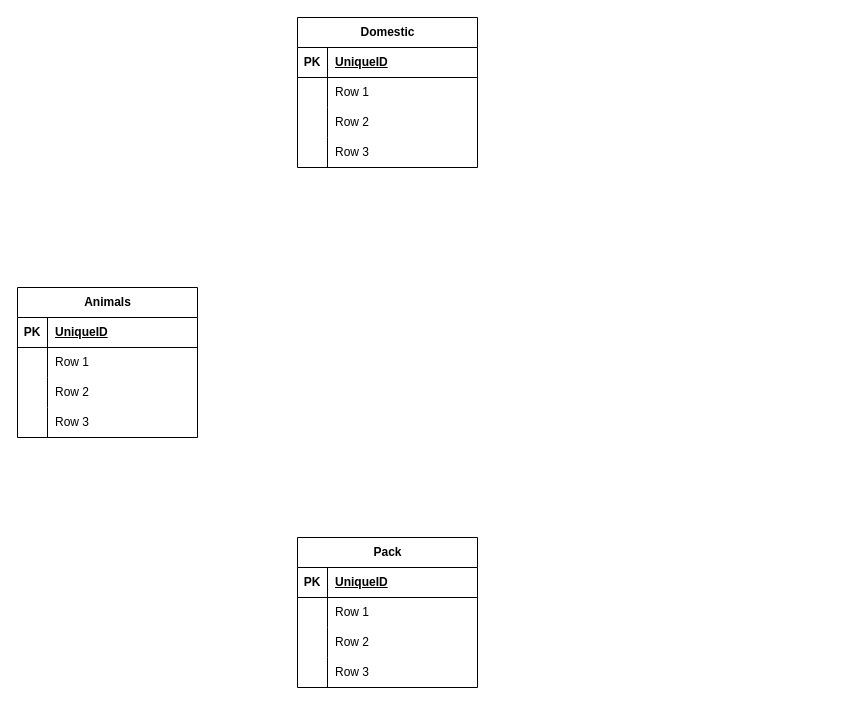
Earlier version of the draw.io diagram DataBase_scheme.drawio (AllIWantAreNotAvailable/GeekBrains_FinalAttestationOfTheSpecializationBlock). Source tidied: cells renumbered, new cells numbered last; positions are measured from the earlier drawing's top-left corner, leaving out a move shared by most shapes. Both pictures are drawn from the tidied source at 100%, with x=0, y=0 at pixel (17, 17).
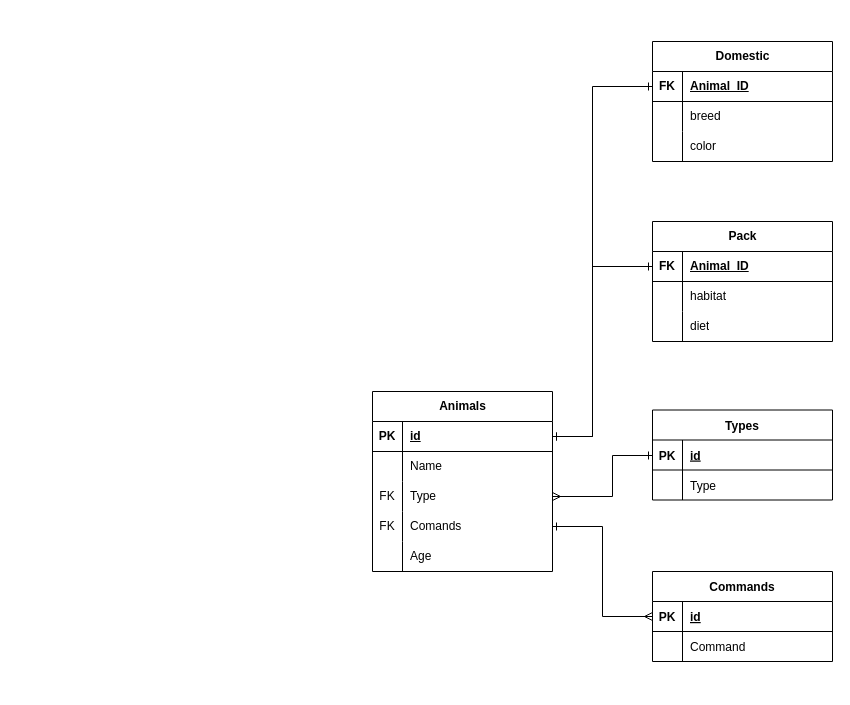
After the change.

Commit message (it also covers changes not shown here):
gitignore + scheme

The change refers to these unchanged cells:
```xml
<mxCell id="3" style="shape=tableRow;horizontal=0;startSize=0;swimlaneHead=0;swimlaneBody=0;fillColor=none;points=[[0,0.5],[1,0.5]];portConstraint=eastwest;top=0;left=0;right=0;bottom=1;" parent="2" vertex="1">
  <mxGeometry y="30" width="180" height="30" as="geometry" />
</mxCell>
<mxCell id="6" style="shape=tableRow;horizontal=0;startSize=0;swimlaneHead=0;swimlaneBody=0;fillColor=none;top=0;left=0;right=0;bottom=0;" parent="2" vertex="1">
  <mxGeometry y="60" width="180" height="30" as="geometry" />
</mxCell>
<mxCell id="9" style="shape=tableRow;horizontal=0;startSize=0;swimlaneHead=0;swimlaneBody=0;fillColor=none;top=0;left=0;right=0;bottom=0;" parent="2" vertex="1">
  <mxGeometry y="90" width="180" height="30" as="geometry" />
</mxCell>
<mxCell id="16" style="shape=tableRow;horizontal=0;startSize=0;swimlaneHead=0;swimlaneBody=0;fillColor=none;points=[[0,0.5],[1,0.5]];portConstraint=eastwest;top=0;left=0;right=0;bottom=1;" parent="15" vertex="1">
  <mxGeometry y="30" width="180" height="30" as="geometry" />
</mxCell>
<mxCell id="19" style="shape=tableRow;horizontal=0;startSize=0;swimlaneHead=0;swimlaneBody=0;fillColor=none;top=0;left=0;right=0;bottom=0;" parent="15" vertex="1">
  <mxGeometry y="60" width="180" height="30" as="geometry" />
</mxCell>
<mxCell id="22" style="shape=tableRow;horizontal=0;startSize=0;swimlaneHead=0;swimlaneBody=0;fillColor=none;top=0;left=0;right=0;bottom=0;" parent="15" vertex="1">
  <mxGeometry y="90" width="180" height="30" as="geometry" />
</mxCell>
<mxCell id="29" style="shape=tableRow;horizontal=0;startSize=0;swimlaneHead=0;swimlaneBody=0;fillColor=none;points=[[0,0.5],[1,0.5]];portConstraint=eastwest;top=0;left=0;right=0;bottom=1;" parent="28" vertex="1">
  <mxGeometry y="30" width="180" height="30" as="geometry" />
</mxCell>
<mxCell id="32" style="shape=tableRow;horizontal=0;startSize=0;swimlaneHead=0;swimlaneBody=0;fillColor=none;top=0;left=0;right=0;bottom=0;" parent="28" vertex="1">
  <mxGeometry y="60" width="180" height="30" as="geometry" />
</mxCell>
<mxCell id="35" style="shape=tableRow;horizontal=0;startSize=0;swimlaneHead=0;swimlaneBody=0;fillColor=none;points=[[0,0.5],[1,0.5]];portConstraint=eastwest;top=0;left=0;right=0;bottom=0;" parent="28" vertex="1">
  <mxGeometry y="90" width="180" height="30" as="geometry" />
</mxCell>
```

Change to the diagram source:
```diff
@@
     <mxCell id="2" value="Domestic" style="shape=table;startSize=30;childLayout=tableLayout;rowLines=0;fontStyle=1;align=center;html=1;" parent="1" vertex="1">
-      <mxGeometry x="280" width="180" height="150" as="geometry" />
+      <mxGeometry x="635" y="24" width="180" height="120" as="geometry" />
     </mxCell>
@@
-    <mxCell id="4" value="PK" style="shape=partialRectangle;fillColor=none;top=0;left=0;bottom=0;right=0;fontStyle=1;overflow=hidden;whiteSpace=wrap;html=1;" parent="3" vertex="1">
+    <mxCell id="4" value="FK" style="shape=partialRectangle;fillColor=none;top=0;left=0;bottom=0;right=0;fontStyle=1;overflow=hidden;whiteSpace=wrap;html=1;" parent="3" vertex="1">
       <mxGeometry width="30" height="30" as="geometry" />
     </mxCell>
-    <mxCell id="5" value="UniqueID" style="shape=partialRectangle;fillColor=none;top=0;left=0;bottom=0;right=0;align=left;spacingLeft=6;fontStyle=5;overflow=hidden;whiteSpace=wrap;html=1;" parent="3" vertex="1">
+    <mxCell id="5" value="Animal_ID" style="shape=partialRectangle;fillColor=none;top=0;left=0;bottom=0;right=0;align=left;spacingLeft=6;fontStyle=5;overflow=hidden;whiteSpace=wrap;html=1;" parent="3" vertex="1">
       <mxGeometry x="30" width="150" height="30" as="geometry" />
     </mxCell>
@@
-    <mxCell id="8" value="Row 1" style="shape=partialRectangle;fillColor=none;top=0;left=0;bottom=0;right=0;align=left;spacingLeft=6;overflow=hidden;whiteSpace=wrap;html=1;" parent="6" vertex="1">
+    <mxCell id="8" value="breed" style="shape=partialRectangle;fillColor=none;top=0;left=0;bottom=0;right=0;align=left;spacingLeft=6;overflow=hidden;whiteSpace=wrap;html=1;" parent="6" vertex="1">
       <mxGeometry x="30" width="150" height="30" as="geometry" />
     </mxCell>
@@
-    <mxCell id="11" value="Row 2" style="shape=partialRectangle;fillColor=none;top=0;left=0;bottom=0;right=0;align=left;spacingLeft=6;overflow=hidden;whiteSpace=wrap;html=1;" parent="9" vertex="1">
+    <mxCell id="11" value="color" style="shape=partialRectangle;fillColor=none;top=0;left=0;bottom=0;right=0;align=left;spacingLeft=6;overflow=hidden;whiteSpace=wrap;html=1;" parent="9" vertex="1">
       <mxGeometry x="30" width="150" height="30" as="geometry" />
     </mxCell>
-    <mxCell id="12" style="shape=tableRow;horizontal=0;startSize=0;swimlaneHead=0;swimlaneBody=0;fillColor=none;top=0;left=0;right=0;bottom=0;" parent="2" vertex="1">
-      <mxGeometry y="120" width="180" height="30" as="geometry" />
-    </mxCell>
-    <mxCell id="13" style="shape=partialRectangle;fillColor=none;top=0;left=0;bottom=0;right=0;overflow=hidden;whiteSpace=wrap;html=1;" parent="12" vertex="1">
-      <mxGeometry width="30" height="30" as="geometry" />
-    </mxCell>
-    <mxCell id="14" value="Row 3" style="shape=partialRectangle;fillColor=none;top=0;left=0;bottom=0;right=0;align=left;spacingLeft=6;overflow=hidden;whiteSpace=wrap;html=1;" parent="12" vertex="1">
-      <mxGeometry x="30" width="150" height="30" as="geometry" />
-    </mxCell>
     <mxCell id="15" value="Pack" style="shape=table;startSize=30;childLayout=tableLayout;rowLines=0;fontStyle=1;align=center;html=1;" parent="1" vertex="1">
-      <mxGeometry x="280" y="520" width="180" height="150" as="geometry" />
+      <mxGeometry x="635" y="204" width="180" height="120" as="geometry" />
     </mxCell>
@@
-    <mxCell id="17" value="PK" style="shape=partialRectangle;fillColor=none;top=0;left=0;bottom=0;right=0;fontStyle=1;overflow=hidden;whiteSpace=wrap;html=1;" parent="16" vertex="1">
+    <mxCell id="17" value="FK" style="shape=partialRectangle;fillColor=none;top=0;left=0;bottom=0;right=0;fontStyle=1;overflow=hidden;whiteSpace=wrap;html=1;" parent="16" vertex="1">
       <mxGeometry width="30" height="30" as="geometry" />
     </mxCell>
-    <mxCell id="18" value="UniqueID" style="shape=partialRectangle;fillColor=none;top=0;left=0;bottom=0;right=0;align=left;spacingLeft=6;fontStyle=5;overflow=hidden;whiteSpace=wrap;html=1;" parent="16" vertex="1">
+    <mxCell id="18" value="Animal_ID" style="shape=partialRectangle;fillColor=none;top=0;left=0;bottom=0;right=0;align=left;spacingLeft=6;fontStyle=5;overflow=hidden;whiteSpace=wrap;html=1;" parent="16" vertex="1">
       <mxGeometry x="30" width="150" height="30" as="geometry" />
     </mxCell>
@@
-    <mxCell id="21" value="Row 1" style="shape=partialRectangle;fillColor=none;top=0;left=0;bottom=0;right=0;align=left;spacingLeft=6;overflow=hidden;whiteSpace=wrap;html=1;" parent="19" vertex="1">
+    <mxCell id="21" value="habitat" style="shape=partialRectangle;fillColor=none;top=0;left=0;bottom=0;right=0;align=left;spacingLeft=6;overflow=hidden;whiteSpace=wrap;html=1;" parent="19" vertex="1">
       <mxGeometry x="30" width="150" height="30" as="geometry" />
     </mxCell>
@@
-    <mxCell id="24" value="Row 2" style="shape=partialRectangle;fillColor=none;top=0;left=0;bottom=0;right=0;align=left;spacingLeft=6;overflow=hidden;whiteSpace=wrap;html=1;" parent="22" vertex="1">
+    <mxCell id="24" value="diet" style="shape=partialRectangle;fillColor=none;top=0;left=0;bottom=0;right=0;align=left;spacingLeft=6;overflow=hidden;whiteSpace=wrap;html=1;" parent="22" vertex="1">
       <mxGeometry x="30" width="150" height="30" as="geometry" />
     </mxCell>
-    <mxCell id="25" style="shape=tableRow;horizontal=0;startSize=0;swimlaneHead=0;swimlaneBody=0;fillColor=none;top=0;left=0;right=0;bottom=0;" parent="15" vertex="1">
-      <mxGeometry y="120" width="180" height="30" as="geometry" />
-    </mxCell>
-    <mxCell id="26" style="shape=partialRectangle;fillColor=none;top=0;left=0;bottom=0;right=0;overflow=hidden;whiteSpace=wrap;html=1;" parent="25" vertex="1">
-      <mxGeometry width="30" height="30" as="geometry" />
-    </mxCell>
-    <mxCell id="27" value="Row 3" style="shape=partialRectangle;fillColor=none;top=0;left=0;bottom=0;right=0;align=left;spacingLeft=6;overflow=hidden;whiteSpace=wrap;html=1;" parent="25" vertex="1">
-      <mxGeometry x="30" width="150" height="30" as="geometry" />
-    </mxCell>
     <mxCell id="28" value="Animals" style="shape=table;startSize=30;childLayout=tableLayout;rowLines=0;fontStyle=1;align=center;html=1;" parent="1" vertex="1">
-      <mxGeometry y="270" width="180" height="150" as="geometry" />
+      <mxGeometry x="355" y="374" width="180" height="180" as="geometry" />
     </mxCell>
@@
-    <mxCell id="31" value="UniqueID" style="shape=partialRectangle;fillColor=none;top=0;left=0;bottom=0;right=0;align=left;spacingLeft=6;fontStyle=5;overflow=hidden;whiteSpace=wrap;html=1;" parent="29" vertex="1">
+    <mxCell id="31" value="id" style="shape=partialRectangle;fillColor=none;top=0;left=0;bottom=0;right=0;align=left;spacingLeft=6;fontStyle=5;overflow=hidden;whiteSpace=wrap;html=1;" parent="29" vertex="1">
       <mxGeometry x="30" width="150" height="30" as="geometry" />
     </mxCell>
@@
-    <mxCell id="34" value="Row 1" style="shape=partialRectangle;fillColor=none;top=0;left=0;bottom=0;right=0;align=left;spacingLeft=6;overflow=hidden;whiteSpace=wrap;html=1;" parent="32" vertex="1">
+    <mxCell id="34" value="Name" style="shape=partialRectangle;fillColor=none;top=0;left=0;bottom=0;right=0;align=left;spacingLeft=6;overflow=hidden;whiteSpace=wrap;html=1;" parent="32" vertex="1">
       <mxGeometry x="30" width="150" height="30" as="geometry" />
     </mxCell>
@@
-    <mxCell id="36" style="shape=partialRectangle;fillColor=none;top=0;left=0;bottom=0;right=0;overflow=hidden;whiteSpace=wrap;html=1;" parent="35" vertex="1">
+    <mxCell id="36" value="FK" style="shape=partialRectangle;fillColor=none;top=0;left=0;bottom=0;right=0;overflow=hidden;whiteSpace=wrap;html=1;" parent="35" vertex="1">
       <mxGeometry width="30" height="30" as="geometry" />
     </mxCell>
-    <mxCell id="37" value="Row 2" style="shape=partialRectangle;fillColor=none;top=0;left=0;bottom=0;right=0;align=left;spacingLeft=6;overflow=hidden;whiteSpace=wrap;html=1;" parent="35" vertex="1">
+    <mxCell id="37" value="Type" style="shape=partialRectangle;fillColor=none;top=0;left=0;bottom=0;right=0;align=left;spacingLeft=6;overflow=hidden;whiteSpace=wrap;html=1;" parent="35" vertex="1">
       <mxGeometry x="30" width="150" height="30" as="geometry" />
     </mxCell>
-    <mxCell id="38" style="shape=tableRow;horizontal=0;startSize=0;swimlaneHead=0;swimlaneBody=0;fillColor=none;top=0;left=0;right=0;bottom=0;" parent="28" vertex="1">
-      <mxGeometry y="120" width="180" height="30" as="geometry" />
-    </mxCell>
-    <mxCell id="39" style="shape=partialRectangle;fillColor=none;top=0;left=0;bottom=0;right=0;overflow=hidden;whiteSpace=wrap;html=1;" parent="38" vertex="1">
-      <mxGeometry width="30" height="30" as="geometry" />
-    </mxCell>
-    <mxCell id="40" value="Row 3" style="shape=partialRectangle;fillColor=none;top=0;left=0;bottom=0;right=0;align=left;spacingLeft=6;overflow=hidden;whiteSpace=wrap;html=1;" parent="38" vertex="1">
-      <mxGeometry x="30" width="150" height="30" as="geometry" />
-    </mxCell>
+    <mxCell id="41" style="shape=tableRow;horizontal=0;startSize=0;swimlaneHead=0;swimlaneBody=0;fillColor=none;points=[[0,0.5],[1,0.5]];portConstraint=eastwest;top=0;left=0;right=0;bottom=0;" parent="28" vertex="1">
+      <mxGeometry y="120" width="180" height="30" as="geometry" />
+    </mxCell>
+    <mxCell id="42" value="FK" style="shape=partialRectangle;fillColor=none;top=0;left=0;bottom=0;right=0;overflow=hidden;whiteSpace=wrap;html=1;" parent="41" vertex="1">
+      <mxGeometry width="30" height="30" as="geometry" />
+    </mxCell>
+    <mxCell id="43" value="Comands" style="shape=partialRectangle;fillColor=none;top=0;left=0;bottom=0;right=0;align=left;spacingLeft=6;overflow=hidden;whiteSpace=wrap;html=1;" parent="41" vertex="1">
+      <mxGeometry x="30" width="150" height="30" as="geometry" />
+    </mxCell>
+    <mxCell id="44" style="shape=tableRow;horizontal=0;startSize=0;swimlaneHead=0;swimlaneBody=0;fillColor=none;top=0;left=0;right=0;bottom=0;" parent="28" vertex="1">
+      <mxGeometry y="150" width="180" height="30" as="geometry" />
+    </mxCell>
+    <mxCell id="45" style="shape=partialRectangle;fillColor=none;top=0;left=0;bottom=0;right=0;overflow=hidden;whiteSpace=wrap;html=1;" parent="44" vertex="1">
+      <mxGeometry width="30" height="30" as="geometry" />
+    </mxCell>
+    <mxCell id="46" value="Age" style="shape=partialRectangle;fillColor=none;top=0;left=0;bottom=0;right=0;align=left;spacingLeft=6;overflow=hidden;whiteSpace=wrap;html=1;" parent="44" vertex="1">
+      <mxGeometry x="30" width="150" height="30" as="geometry" />
+    </mxCell>
+    <mxCell id="47" value="Types" style="shape=table;startSize=30;childLayout=tableLayout;rowLines=0;fontStyle=1;align=center;" parent="1" vertex="1">
+      <mxGeometry x="635" y="392.5" width="180" height="90" as="geometry" />
+    </mxCell>
+    <mxCell id="48" style="shape=tableRow;horizontal=0;startSize=0;swimlaneHead=0;swimlaneBody=0;fillColor=none;points=[[0,0.5],[1,0.5]];portConstraint=eastwest;top=0;left=0;right=0;bottom=1;" parent="47" vertex="1">
+      <mxGeometry y="30" width="180" height="30" as="geometry" />
+    </mxCell>
+    <mxCell id="49" value="PK" style="shape=partialRectangle;fillColor=none;top=0;left=0;bottom=0;right=0;fontStyle=1;overflow=hidden;" parent="48" vertex="1">
+      <mxGeometry width="30" height="30" as="geometry" />
+    </mxCell>
+    <mxCell id="50" value="id" style="shape=partialRectangle;fillColor=none;top=0;left=0;bottom=0;right=0;align=left;spacingLeft=6;fontStyle=5;overflow=hidden;" parent="48" vertex="1">
+      <mxGeometry x="30" width="150" height="30" as="geometry" />
+    </mxCell>
+    <mxCell id="51" style="shape=tableRow;horizontal=0;startSize=0;swimlaneHead=0;swimlaneBody=0;fillColor=none;top=0;left=0;right=0;bottom=0;" parent="47" vertex="1">
+      <mxGeometry y="60" width="180" height="30" as="geometry" />
+    </mxCell>
+    <mxCell id="52" style="shape=partialRectangle;fillColor=none;top=0;left=0;bottom=0;right=0;overflow=hidden;" parent="51" vertex="1">
+      <mxGeometry width="30" height="30" as="geometry" />
+    </mxCell>
+    <mxCell id="53" value="Type" style="shape=partialRectangle;fillColor=none;top=0;left=0;bottom=0;right=0;align=left;spacingLeft=6;overflow=hidden;" parent="51" vertex="1">
+      <mxGeometry x="30" width="150" height="30" as="geometry" />
+    </mxCell>
+    <mxCell id="54" style="edgeStyle=orthogonalEdgeStyle;rounded=0;jettySize=auto;html=1;endArrow=ERone;endFill=0;startArrow=ERmany;startFill=0;" parent="1" edge="1" source="35" target="48">
+      <mxGeometry relative="1" as="geometry">
+        <Array as="points">
+          <mxPoint x="595" y="479" />
+          <mxPoint x="595" y="438" />
+        </Array>
+      </mxGeometry>
+    </mxCell>
+    <mxCell id="55" style="edgeStyle=orthogonalEdgeStyle;rounded=0;jettySize=auto;html=1;entryX=0;entryY=0.5;entryDx=0;entryDy=0;startArrow=ERone;startFill=0;endArrow=ERone;endFill=0;" parent="1" edge="1" source="29" target="3">
+      <mxGeometry relative="1" as="geometry">
+        <Array as="points">
+          <mxPoint x="575" y="419" />
+          <mxPoint x="575" y="69" />
+        </Array>
+      </mxGeometry>
+    </mxCell>
+    <mxCell id="56" style="edgeStyle=orthogonalEdgeStyle;rounded=0;jettySize=auto;html=1;entryX=0;entryY=0.5;entryDx=0;entryDy=0;startArrow=ERone;startFill=0;endArrow=ERone;endFill=0;" parent="1" edge="1" source="29" target="16">
+      <mxGeometry relative="1" as="geometry">
+        <Array as="points">
+          <mxPoint x="575" y="419" />
+          <mxPoint x="575" y="249" />
+        </Array>
+      </mxGeometry>
+    </mxCell>
+    <mxCell id="57" value="Commands" style="shape=table;startSize=30;childLayout=tableLayout;rowLines=0;fontStyle=1;align=center;" parent="1" vertex="1">
+      <mxGeometry x="635" y="554" width="180" height="90" as="geometry" />
+    </mxCell>
+    <mxCell id="58" style="shape=tableRow;horizontal=0;startSize=0;swimlaneHead=0;swimlaneBody=0;fillColor=none;points=[[0,0.5],[1,0.5]];portConstraint=eastwest;top=0;left=0;right=0;bottom=1;" parent="57" vertex="1">
+      <mxGeometry y="30" width="180" height="30" as="geometry" />
+    </mxCell>
+    <mxCell id="59" value="PK" style="shape=partialRectangle;fillColor=none;top=0;left=0;bottom=0;right=0;fontStyle=1;overflow=hidden;" parent="58" vertex="1">
+      <mxGeometry width="30" height="30" as="geometry" />
+    </mxCell>
+    <mxCell id="60" value="id" style="shape=partialRectangle;fillColor=none;top=0;left=0;bottom=0;right=0;align=left;spacingLeft=6;fontStyle=5;overflow=hidden;" parent="58" vertex="1">
+      <mxGeometry x="30" width="150" height="30" as="geometry" />
+    </mxCell>
+    <mxCell id="61" style="shape=tableRow;horizontal=0;startSize=0;swimlaneHead=0;swimlaneBody=0;fillColor=none;top=0;left=0;right=0;bottom=0;" parent="57" vertex="1">
+      <mxGeometry y="60" width="180" height="30" as="geometry" />
+    </mxCell>
+    <mxCell id="62" style="shape=partialRectangle;fillColor=none;top=0;left=0;bottom=0;right=0;overflow=hidden;" parent="61" vertex="1">
+      <mxGeometry width="30" height="30" as="geometry" />
+    </mxCell>
+    <mxCell id="63" value="Command" style="shape=partialRectangle;fillColor=none;top=0;left=0;bottom=0;right=0;align=left;spacingLeft=6;overflow=hidden;" parent="61" vertex="1">
+      <mxGeometry x="30" width="150" height="30" as="geometry" />
+    </mxCell>
+    <mxCell id="64" style="edgeStyle=orthogonalEdgeStyle;rounded=0;jettySize=auto;html=1;entryX=0;entryY=0.5;entryDx=0;entryDy=0;startArrow=ERone;startFill=0;endArrow=ERmany;endFill=0;" parent="1" edge="1" source="41" target="58">
+      <mxGeometry relative="1" as="geometry" />
+    </mxCell>
```
